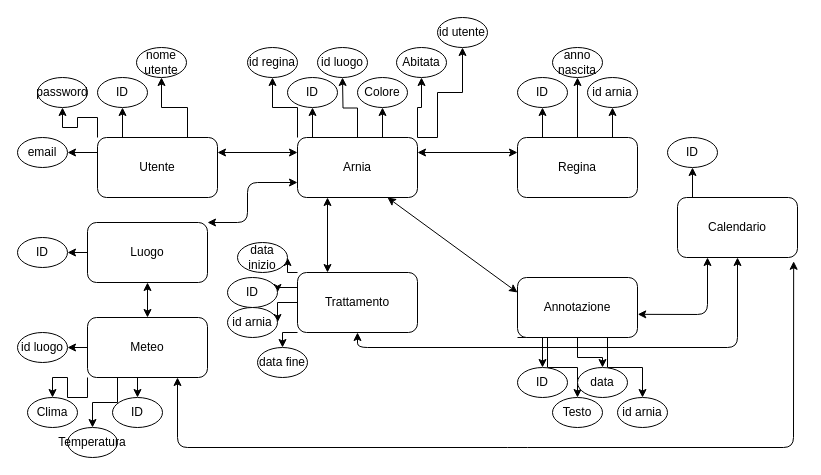
This is Documenti/ERApiario.drawio from ArisPrevitali/GestioneApiario, a draw.io file, before an edit. Source tidied: cells renumbered, new cells numbered last; positions are measured from the earlier drawing's top-left corner, leaving out a move shared by most shapes. Both pictures are drawn from the tidied source at 100%, with x=0, y=0 at pixel (17, 17).
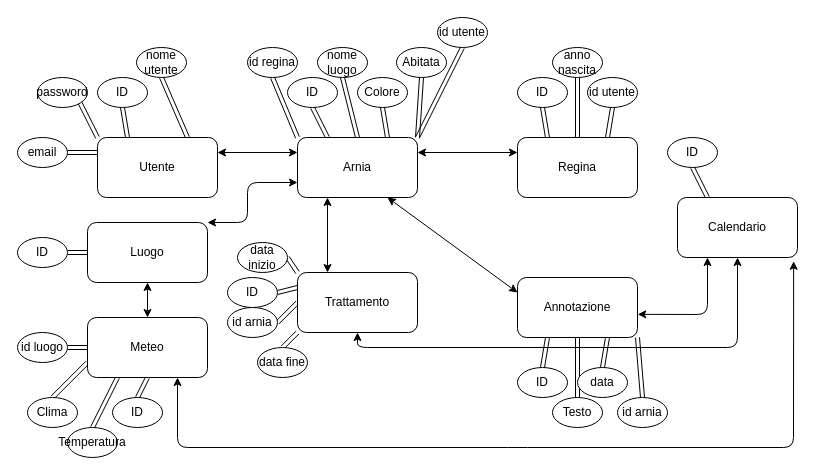
After the change.

The change refers to these unchanged cells:
```xml
<mxCell id="6" value="Utente" style="rounded=1;whiteSpace=wrap;html=1;direction=west;" parent="1" vertex="1">
  <mxGeometry x="80" y="120" width="120" height="60" as="geometry" />
</mxCell>
<mxCell id="13" value="Arnia" style="rounded=1;whiteSpace=wrap;html=1;direction=east;" parent="1" vertex="1">
  <mxGeometry x="280" y="120" width="120" height="60" as="geometry" />
</mxCell>
<mxCell id="17" value="Regina" style="rounded=1;whiteSpace=wrap;html=1;" parent="1" vertex="1">
  <mxGeometry x="500" y="120" width="120" height="60" as="geometry" />
</mxCell>
<mxCell id="22" value="Annotazione" style="rounded=1;whiteSpace=wrap;html=1;" parent="1" vertex="1">
  <mxGeometry x="500" y="260" width="120" height="60" as="geometry" />
</mxCell>
<mxCell id="27" value="Meteo" style="rounded=1;whiteSpace=wrap;html=1;" parent="1" vertex="1">
  <mxGeometry x="70" y="300" width="120" height="60" as="geometry" />
</mxCell>
<mxCell id="32" value="Trattamento" style="rounded=1;whiteSpace=wrap;html=1;" parent="1" vertex="1">
  <mxGeometry x="280" y="255" width="120" height="60" as="geometry" />
</mxCell>
<mxCell id="34" value="Calendario" style="rounded=1;whiteSpace=wrap;html=1;" parent="1" vertex="1">
  <mxGeometry x="660" y="180" width="120" height="60" as="geometry" />
</mxCell>
<mxCell id="36" value="nome utente" style="ellipse;whiteSpace=wrap;html=1;" parent="1" vertex="1">
  <mxGeometry x="119" y="30" width="50" height="30" as="geometry" />
</mxCell>
<mxCell id="37" value="password" style="ellipse;whiteSpace=wrap;html=1;" parent="1" vertex="1">
  <mxGeometry x="20" y="60" width="50" height="30" as="geometry" />
</mxCell>
<mxCell id="39" value="Colore" style="ellipse;whiteSpace=wrap;html=1;" parent="1" vertex="1">
  <mxGeometry x="340" y="60" width="50" height="30" as="geometry" />
</mxCell>
<mxCell id="40" value="Abitata" style="ellipse;whiteSpace=wrap;html=1;" parent="1" vertex="1">
  <mxGeometry x="379" y="30" width="50" height="30" as="geometry" />
</mxCell>
<mxCell id="42" value="anno&lt;br&gt;nascita" style="ellipse;whiteSpace=wrap;html=1;" parent="1" vertex="1">
  <mxGeometry x="535" y="30" width="50" height="30" as="geometry" />
</mxCell>
<mxCell id="44" value="id regina" style="ellipse;whiteSpace=wrap;html=1;" parent="1" vertex="1">
  <mxGeometry x="230" y="30" width="50" height="30" as="geometry" />
</mxCell>
<mxCell id="47" value="Testo" style="ellipse;whiteSpace=wrap;html=1;" parent="1" vertex="1">
  <mxGeometry x="535" y="380" width="50" height="30" as="geometry" />
</mxCell>
<mxCell id="48" value="data" style="ellipse;whiteSpace=wrap;html=1;" parent="1" vertex="1">
  <mxGeometry x="560" y="350" width="50" height="30" as="geometry" />
</mxCell>
<mxCell id="50" value="email" style="ellipse;whiteSpace=wrap;html=1;" parent="1" vertex="1">
  <mxGeometry y="120" width="50" height="30" as="geometry" />
</mxCell>
<mxCell id="53" value="Temperatura" style="ellipse;whiteSpace=wrap;html=1;" parent="1" vertex="1">
  <mxGeometry x="50" y="410" width="50" height="30" as="geometry" />
</mxCell>
<mxCell id="54" value="Clima" style="ellipse;whiteSpace=wrap;html=1;" parent="1" vertex="1">
  <mxGeometry x="10" y="380" width="50" height="30" as="geometry" />
</mxCell>
<mxCell id="57" value="data inizio" style="ellipse;whiteSpace=wrap;html=1;" parent="1" vertex="1">
  <mxGeometry x="220" y="225" width="50" height="30" as="geometry" />
</mxCell>
<mxCell id="58" value="data fine" style="ellipse;whiteSpace=wrap;html=1;" parent="1" vertex="1">
  <mxGeometry x="240" y="330" width="50" height="30" as="geometry" />
</mxCell>
<mxCell id="60" value="Luogo" style="rounded=1;whiteSpace=wrap;html=1;" parent="1" vertex="1">
  <mxGeometry x="70" y="205" width="120" height="60" as="geometry" />
</mxCell>
```

Change to the diagram source:
```diff
@@
-    <mxCell id="2" style="edgeStyle=orthogonalEdgeStyle;rounded=0;jettySize=auto;html=1;exitX=0.75;exitY=1;exitDx=0;exitDy=0;entryX=0.5;entryY=1;entryDx=0;entryDy=0;" parent="1" edge="1" source="6" target="35">
-      <mxGeometry relative="1" as="geometry" />
-    </mxCell>
+    <mxCell id="73" style="edgeStyle=none;shape=link;rounded=0;jettySize=auto;html=1;exitX=0.75;exitY=1;exitDx=0;exitDy=0;entryX=0.5;entryY=1;entryDx=0;entryDy=0;" parent="1" edge="1" source="6" target="86">
+      <mxGeometry relative="1" as="geometry" />
+    </mxCell>
+    <mxCell id="4" style="edgeStyle=none;shape=link;rounded=0;jettySize=auto;html=1;exitX=1;exitY=1;exitDx=0;exitDy=0;entryX=1;entryY=1;entryDx=0;entryDy=0;" parent="1" edge="1" source="6" target="37">
+      <mxGeometry relative="1" as="geometry" />
+    </mxCell>
-    <mxCell id="3" style="edgeStyle=orthogonalEdgeStyle;rounded=0;jettySize=auto;html=1;exitX=0.25;exitY=1;exitDx=0;exitDy=0;entryX=0.5;entryY=1;entryDx=0;entryDy=0;" parent="1" edge="1" source="6" target="36">
+    <mxCell id="3" style="edgeStyle=none;shape=link;rounded=0;jettySize=auto;html=1;exitX=0.25;exitY=1;exitDx=0;exitDy=0;entryX=0.5;entryY=1;entryDx=0;entryDy=0;" parent="1" edge="1" source="6" target="36">
       <mxGeometry relative="1" as="geometry" />
     </mxCell>
-    <mxCell id="4" style="edgeStyle=orthogonalEdgeStyle;rounded=0;jettySize=auto;html=1;exitX=1;exitY=1;exitDx=0;exitDy=0;entryX=0.5;entryY=1;entryDx=0;entryDy=0;" parent="1" edge="1" source="6" target="37">
-      <mxGeometry relative="1" as="geometry" />
-    </mxCell>
-    <mxCell id="5" style="edgeStyle=orthogonalEdgeStyle;rounded=0;jettySize=auto;html=1;exitX=1;exitY=0.75;exitDx=0;exitDy=0;entryX=1;entryY=0.5;entryDx=0;entryDy=0;" parent="1" edge="1" source="6" target="50">
+    <mxCell id="5" style="edgeStyle=none;shape=link;rounded=0;jettySize=auto;html=1;exitX=1;exitY=0.75;exitDx=0;exitDy=0;entryX=1;entryY=0.5;entryDx=0;entryDy=0;" parent="1" edge="1" source="6" target="50">
       <mxGeometry relative="1" as="geometry" />
     </mxCell>
@@
-    <mxCell id="7" style="edgeStyle=orthogonalEdgeStyle;rounded=0;jettySize=auto;html=1;exitX=0.25;exitY=0;exitDx=0;exitDy=0;entryX=0.5;entryY=1;entryDx=0;entryDy=0;" parent="1" edge="1" source="13" target="38">
-      <mxGeometry relative="1" as="geometry" />
-    </mxCell>
-    <mxCell id="8" style="edgeStyle=orthogonalEdgeStyle;rounded=0;jettySize=auto;html=1;exitX=0.5;exitY=0;exitDx=0;exitDy=0;entryX=0.5;entryY=1;entryDx=0;entryDy=0;" parent="1" edge="1" source="13">
-      <mxGeometry relative="1" as="geometry">
-        <mxPoint x="325" y="60" as="targetPoint" />
-      </mxGeometry>
-    </mxCell>
+    <mxCell id="11" style="edgeStyle=none;shape=link;rounded=0;jettySize=auto;html=1;exitX=0;exitY=0;exitDx=0;exitDy=0;entryX=0.5;entryY=1;entryDx=0;entryDy=0;" parent="1" edge="1" source="13" target="44">
+      <mxGeometry relative="1" as="geometry" />
+    </mxCell>
+    <mxCell id="74" style="edgeStyle=none;shape=link;rounded=0;jettySize=auto;html=1;exitX=0.25;exitY=0;exitDx=0;exitDy=0;entryX=0.5;entryY=1;entryDx=0;entryDy=0;" parent="1" edge="1" source="13" target="87">
+      <mxGeometry relative="1" as="geometry" />
+    </mxCell>
+    <mxCell id="75" style="edgeStyle=none;shape=link;rounded=0;jettySize=auto;html=1;exitX=0.5;exitY=0;exitDx=0;exitDy=0;entryX=0.5;entryY=1;entryDx=0;entryDy=0;" parent="1" edge="1" source="13" target="98">
+      <mxGeometry relative="1" as="geometry" />
+    </mxCell>
-    <mxCell id="9" style="edgeStyle=orthogonalEdgeStyle;rounded=0;jettySize=auto;html=1;exitX=0.75;exitY=0;exitDx=0;exitDy=0;entryX=0.5;entryY=1;entryDx=0;entryDy=0;" parent="1" edge="1" source="13" target="39">
+    <mxCell id="9" style="edgeStyle=none;shape=link;rounded=0;jettySize=auto;html=1;exitX=0.75;exitY=0;exitDx=0;exitDy=0;entryX=0.5;entryY=1;entryDx=0;entryDy=0;" parent="1" edge="1" source="13" target="39">
       <mxGeometry relative="1" as="geometry" />
     </mxCell>
-    <mxCell id="10" style="edgeStyle=orthogonalEdgeStyle;rounded=0;jettySize=auto;html=1;exitX=1;exitY=0;exitDx=0;exitDy=0;entryX=0.5;entryY=1;entryDx=0;entryDy=0;" parent="1" edge="1" source="13" target="40">
+    <mxCell id="10" style="edgeStyle=none;shape=link;rounded=0;jettySize=auto;html=1;exitX=1;exitY=0;exitDx=0;exitDy=0;entryX=0.5;entryY=1;entryDx=0;entryDy=0;" parent="1" edge="1" source="13" target="40">
       <mxGeometry relative="1" as="geometry" />
     </mxCell>
-    <mxCell id="11" style="edgeStyle=orthogonalEdgeStyle;rounded=0;jettySize=auto;html=1;exitX=0;exitY=0;exitDx=0;exitDy=0;entryX=0.5;entryY=1;entryDx=0;entryDy=0;" parent="1" edge="1" source="13" target="44">
-      <mxGeometry relative="1" as="geometry" />
-    </mxCell>
-    <mxCell id="12" style="edgeStyle=orthogonalEdgeStyle;rounded=0;jettySize=auto;html=1;exitX=1;exitY=0;exitDx=0;exitDy=0;" parent="1" edge="1" source="13" target="45">
-      <mxGeometry relative="1" as="geometry">
-        <Array as="points">
-          <mxPoint x="420" y="120" />
-          <mxPoint x="420" y="75" />
-          <mxPoint x="445" y="75" />
-        </Array>
-      </mxGeometry>
-    </mxCell>
+    <mxCell id="76" style="edgeStyle=none;shape=link;rounded=0;jettySize=auto;html=1;exitX=1;exitY=0;exitDx=0;exitDy=0;entryX=0.5;entryY=1;entryDx=0;entryDy=0;" parent="1" edge="1" source="13" target="90">
+      <mxGeometry relative="1" as="geometry" />
+    </mxCell>
@@
-    <mxCell id="14" style="edgeStyle=orthogonalEdgeStyle;rounded=0;jettySize=auto;html=1;exitX=0.25;exitY=0;exitDx=0;exitDy=0;entryX=0.5;entryY=1;entryDx=0;entryDy=0;" parent="1" edge="1" source="17" target="41">
-      <mxGeometry relative="1" as="geometry" />
-    </mxCell>
+    <mxCell id="77" style="edgeStyle=none;shape=link;rounded=0;jettySize=auto;html=1;exitX=0.25;exitY=0;exitDx=0;exitDy=0;entryX=0.5;entryY=1;entryDx=0;entryDy=0;" parent="1" edge="1" source="17" target="88">
+      <mxGeometry relative="1" as="geometry" />
+    </mxCell>
-    <mxCell id="15" style="edgeStyle=orthogonalEdgeStyle;rounded=0;jettySize=auto;html=1;exitX=0.5;exitY=0;exitDx=0;exitDy=0;entryX=0.5;entryY=1;entryDx=0;entryDy=0;" parent="1" edge="1" source="17" target="42">
+    <mxCell id="15" style="edgeStyle=none;shape=link;rounded=0;jettySize=auto;html=1;exitX=0.5;exitY=0;exitDx=0;exitDy=0;entryX=0.5;entryY=1;entryDx=0;entryDy=0;" parent="1" edge="1" source="17" target="42">
       <mxGeometry relative="1" as="geometry" />
     </mxCell>
-    <mxCell id="16" style="edgeStyle=orthogonalEdgeStyle;rounded=0;jettySize=auto;html=1;exitX=0.75;exitY=0;exitDx=0;exitDy=0;entryX=0.5;entryY=1;entryDx=0;entryDy=0;" parent="1" edge="1" source="17" target="43">
-      <mxGeometry relative="1" as="geometry" />
-    </mxCell>
+    <mxCell id="78" style="edgeStyle=none;shape=link;rounded=0;jettySize=auto;html=1;exitX=0.75;exitY=0;exitDx=0;exitDy=0;entryX=0.5;entryY=1;entryDx=0;entryDy=0;" parent="1" edge="1" source="17" target="89">
+      <mxGeometry relative="1" as="geometry" />
+    </mxCell>
@@
-    <mxCell id="18" style="edgeStyle=orthogonalEdgeStyle;rounded=0;jettySize=auto;html=1;exitX=0;exitY=1;exitDx=0;exitDy=0;entryX=0.5;entryY=0;entryDx=0;entryDy=0;" parent="1" edge="1" source="22" target="46">
-      <mxGeometry relative="1" as="geometry" />
-    </mxCell>
+    <mxCell id="79" style="edgeStyle=none;shape=link;rounded=0;jettySize=auto;html=1;exitX=1;exitY=1;exitDx=0;exitDy=0;entryX=0.5;entryY=0;entryDx=0;entryDy=0;" parent="1" edge="1" source="22" target="92">
+      <mxGeometry relative="1" as="geometry" />
+    </mxCell>
+    <mxCell id="20" style="edgeStyle=none;shape=link;rounded=0;jettySize=auto;html=1;exitX=0.75;exitY=1;exitDx=0;exitDy=0;entryX=0.5;entryY=0;entryDx=0;entryDy=0;" parent="1" edge="1" source="22" target="48">
+      <mxGeometry relative="1" as="geometry" />
+    </mxCell>
-    <mxCell id="19" style="edgeStyle=orthogonalEdgeStyle;rounded=0;jettySize=auto;html=1;exitX=0.25;exitY=1;exitDx=0;exitDy=0;entryX=0.5;entryY=0;entryDx=0;entryDy=0;" parent="1" edge="1" source="22" target="47">
+    <mxCell id="19" style="edgeStyle=none;shape=link;rounded=0;jettySize=auto;html=1;exitX=0.5;exitY=1;exitDx=0;exitDy=0;entryX=0.5;entryY=0;entryDx=0;entryDy=0;" parent="1" edge="1" source="22" target="47">
       <mxGeometry relative="1" as="geometry" />
     </mxCell>
-    <mxCell id="20" style="edgeStyle=orthogonalEdgeStyle;rounded=0;jettySize=auto;html=1;exitX=0.5;exitY=1;exitDx=0;exitDy=0;" parent="1" edge="1" source="22" target="48">
-      <mxGeometry relative="1" as="geometry" />
-    </mxCell>
-    <mxCell id="21" style="edgeStyle=orthogonalEdgeStyle;rounded=0;jettySize=auto;html=1;exitX=0.75;exitY=1;exitDx=0;exitDy=0;entryX=0.5;entryY=0;entryDx=0;entryDy=0;" parent="1" edge="1" source="22" target="49">
-      <mxGeometry relative="1" as="geometry" />
-    </mxCell>
+    <mxCell id="80" style="edgeStyle=none;shape=link;rounded=0;jettySize=auto;html=1;exitX=0.25;exitY=1;exitDx=0;exitDy=0;entryX=0.5;entryY=0;entryDx=0;entryDy=0;" parent="1" edge="1" source="22" target="91">
+      <mxGeometry relative="1" as="geometry" />
+    </mxCell>
@@
-    <mxCell id="23" style="edgeStyle=orthogonalEdgeStyle;rounded=0;jettySize=auto;html=1;exitX=0.5;exitY=1;exitDx=0;exitDy=0;entryX=0.5;entryY=0;entryDx=0;entryDy=0;" parent="1" edge="1" source="27" target="52">
-      <mxGeometry relative="1" as="geometry" />
-    </mxCell>
+    <mxCell id="81" style="edgeStyle=none;shape=link;rounded=0;jettySize=auto;html=1;exitX=0;exitY=0.5;exitDx=0;exitDy=0;entryX=1;entryY=0.5;entryDx=0;entryDy=0;" parent="1" edge="1" source="27" target="100">
+      <mxGeometry relative="1" as="geometry" />
+    </mxCell>
+    <mxCell id="25" style="edgeStyle=none;shape=link;rounded=0;jettySize=auto;html=1;exitX=0;exitY=0.75;exitDx=0;exitDy=0;entryX=0.5;entryY=0;entryDx=0;entryDy=0;" parent="1" edge="1" source="27" target="54">
+      <mxGeometry relative="1" as="geometry" />
+    </mxCell>
-    <mxCell id="24" style="edgeStyle=orthogonalEdgeStyle;rounded=0;jettySize=auto;html=1;exitX=0.25;exitY=1;exitDx=0;exitDy=0;entryX=0.5;entryY=0;entryDx=0;entryDy=0;" parent="1" edge="1" source="27" target="53">
+    <mxCell id="24" style="edgeStyle=none;shape=link;rounded=0;jettySize=auto;html=1;exitX=0.25;exitY=1;exitDx=0;exitDy=0;entryX=0.5;entryY=0;entryDx=0;entryDy=0;" parent="1" edge="1" source="27" target="53">
       <mxGeometry relative="1" as="geometry" />
     </mxCell>
-    <mxCell id="25" style="edgeStyle=orthogonalEdgeStyle;rounded=0;jettySize=auto;html=1;exitX=0;exitY=1;exitDx=0;exitDy=0;entryX=0.5;entryY=0;entryDx=0;entryDy=0;" parent="1" edge="1" source="27" target="54">
-      <mxGeometry relative="1" as="geometry" />
-    </mxCell>
-    <mxCell id="26" style="edgeStyle=orthogonalEdgeStyle;rounded=0;jettySize=auto;html=1;exitX=0;exitY=0.5;exitDx=0;exitDy=0;entryX=1;entryY=0.5;entryDx=0;entryDy=0;" parent="1" edge="1" source="27" target="63">
-      <mxGeometry relative="1" as="geometry" />
-    </mxCell>
+    <mxCell id="82" style="edgeStyle=none;shape=link;rounded=0;jettySize=auto;html=1;exitX=0.5;exitY=1;exitDx=0;exitDy=0;entryX=0.5;entryY=0;entryDx=0;entryDy=0;" parent="1" edge="1" source="27" target="94">
+      <mxGeometry relative="1" as="geometry" />
+    </mxCell>
@@
-    <mxCell id="28" style="edgeStyle=orthogonalEdgeStyle;rounded=0;jettySize=auto;html=1;exitX=0;exitY=0.25;exitDx=0;exitDy=0;entryX=1;entryY=0.5;entryDx=0;entryDy=0;" parent="1" edge="1" source="32" target="55">
-      <mxGeometry relative="1" as="geometry" />
-    </mxCell>
-    <mxCell id="29" style="edgeStyle=orthogonalEdgeStyle;rounded=0;jettySize=auto;html=1;exitX=0;exitY=0.5;exitDx=0;exitDy=0;entryX=1;entryY=0.5;entryDx=0;entryDy=0;" parent="1" edge="1" source="32" target="56">
-      <mxGeometry relative="1" as="geometry" />
-    </mxCell>
+    <mxCell id="31" style="edgeStyle=none;shape=link;rounded=0;jettySize=auto;html=1;exitX=0;exitY=1;exitDx=0;exitDy=0;entryX=0.5;entryY=0;entryDx=0;entryDy=0;" parent="1" edge="1" source="32" target="58">
+      <mxGeometry relative="1" as="geometry" />
+    </mxCell>
+    <mxCell id="83" style="edgeStyle=none;shape=link;rounded=0;jettySize=auto;html=1;exitX=0;exitY=0.5;exitDx=0;exitDy=0;entryX=1;entryY=0.5;entryDx=0;entryDy=0;" parent="1" edge="1" source="32" target="96">
+      <mxGeometry relative="1" as="geometry" />
+    </mxCell>
+    <mxCell id="84" style="edgeStyle=none;shape=link;rounded=0;jettySize=auto;html=1;exitX=0;exitY=0.25;exitDx=0;exitDy=0;entryX=1;entryY=0.5;entryDx=0;entryDy=0;" parent="1" edge="1" source="32" target="95">
+      <mxGeometry relative="1" as="geometry" />
+    </mxCell>
-    <mxCell id="30" style="edgeStyle=orthogonalEdgeStyle;rounded=0;jettySize=auto;html=1;exitX=0;exitY=0;exitDx=0;exitDy=0;entryX=1;entryY=0.5;entryDx=0;entryDy=0;" parent="1" edge="1" source="32" target="57">
+    <mxCell id="30" style="edgeStyle=none;shape=link;rounded=0;jettySize=auto;html=1;exitX=0;exitY=0;exitDx=0;exitDy=0;entryX=1;entryY=0.5;entryDx=0;entryDy=0;" parent="1" edge="1" source="32" target="57">
       <mxGeometry relative="1" as="geometry" />
     </mxCell>
-    <mxCell id="31" style="edgeStyle=orthogonalEdgeStyle;rounded=0;jettySize=auto;html=1;exitX=0;exitY=1;exitDx=0;exitDy=0;entryX=0.5;entryY=0;entryDx=0;entryDy=0;" parent="1" edge="1" source="32" target="58">
-      <mxGeometry relative="1" as="geometry" />
-    </mxCell>
@@
-    <mxCell id="33" style="edgeStyle=orthogonalEdgeStyle;rounded=0;jettySize=auto;html=1;exitX=0.25;exitY=0;exitDx=0;exitDy=0;entryX=0.5;entryY=1;entryDx=0;entryDy=0;" parent="1" edge="1" source="34" target="51">
-      <mxGeometry relative="1" as="geometry" />
-    </mxCell>
+    <mxCell id="85" style="edgeStyle=none;shape=link;rounded=0;jettySize=auto;html=1;exitX=0.25;exitY=0;exitDx=0;exitDy=0;entryX=0.5;entryY=1;entryDx=0;entryDy=0;" parent="1" edge="1" source="34" target="93">
+      <mxGeometry relative="1" as="geometry" />
+    </mxCell>
@@
-    <mxCell id="35" value="ID" style="ellipse;whiteSpace=wrap;html=1;" parent="1" vertex="1">
-      <mxGeometry x="80" y="60" width="50" height="30" as="geometry" />
-    </mxCell>
+    <mxCell id="86" value="ID" style="ellipse;whiteSpace=wrap;html=1;" parent="1" vertex="1">
+      <mxGeometry x="80" y="60" width="50" height="30" as="geometry" />
+    </mxCell>
@@
-    <mxCell id="38" value="ID" style="ellipse;whiteSpace=wrap;html=1;" parent="1" vertex="1">
-      <mxGeometry x="270" y="60" width="50" height="30" as="geometry" />
-    </mxCell>
+    <mxCell id="87" value="ID" style="ellipse;whiteSpace=wrap;html=1;" parent="1" vertex="1">
+      <mxGeometry x="270" y="60" width="50" height="30" as="geometry" />
+    </mxCell>
@@
-    <mxCell id="41" value="ID" style="ellipse;whiteSpace=wrap;html=1;" parent="1" vertex="1">
-      <mxGeometry x="500" y="60" width="50" height="30" as="geometry" />
-    </mxCell>
+    <mxCell id="88" value="ID" style="ellipse;whiteSpace=wrap;html=1;" parent="1" vertex="1">
+      <mxGeometry x="500" y="60" width="50" height="30" as="geometry" />
+    </mxCell>
@@
-    <mxCell id="43" value="id arnia" style="ellipse;whiteSpace=wrap;html=1;" parent="1" vertex="1">
-      <mxGeometry x="570" y="60" width="50" height="30" as="geometry" />
-    </mxCell>
+    <mxCell id="89" value="id utente" style="ellipse;whiteSpace=wrap;html=1;" parent="1" vertex="1">
+      <mxGeometry x="570" y="60" width="50" height="30" as="geometry" />
+    </mxCell>
@@
-    <mxCell id="45" value="id utente" style="ellipse;whiteSpace=wrap;html=1;" parent="1" vertex="1">
-      <mxGeometry x="420" width="50" height="30" as="geometry" />
-    </mxCell>
-    <mxCell id="46" value="ID" style="ellipse;whiteSpace=wrap;html=1;" parent="1" vertex="1">
-      <mxGeometry x="500" y="350" width="50" height="30" as="geometry" />
-    </mxCell>
+    <mxCell id="90" value="id utente" style="ellipse;whiteSpace=wrap;html=1;" parent="1" vertex="1">
+      <mxGeometry x="420" width="50" height="30" as="geometry" />
+    </mxCell>
+    <mxCell id="91" value="ID" style="ellipse;whiteSpace=wrap;html=1;" parent="1" vertex="1">
+      <mxGeometry x="500" y="350" width="50" height="30" as="geometry" />
+    </mxCell>
@@
-    <mxCell id="49" value="id arnia" style="ellipse;whiteSpace=wrap;html=1;" parent="1" vertex="1">
-      <mxGeometry x="600" y="380" width="50" height="30" as="geometry" />
-    </mxCell>
+    <mxCell id="92" value="id arnia" style="ellipse;whiteSpace=wrap;html=1;" parent="1" vertex="1">
+      <mxGeometry x="600" y="380" width="50" height="30" as="geometry" />
+    </mxCell>
@@
-    <mxCell id="51" value="ID" style="ellipse;whiteSpace=wrap;html=1;" parent="1" vertex="1">
-      <mxGeometry x="650" y="120" width="50" height="30" as="geometry" />
-    </mxCell>
-    <mxCell id="52" value="ID" style="ellipse;whiteSpace=wrap;html=1;" parent="1" vertex="1">
-      <mxGeometry x="95" y="380" width="50" height="30" as="geometry" />
-    </mxCell>
+    <mxCell id="93" value="ID" style="ellipse;whiteSpace=wrap;html=1;" parent="1" vertex="1">
+      <mxGeometry x="650" y="120" width="50" height="30" as="geometry" />
+    </mxCell>
+    <mxCell id="94" value="ID" style="ellipse;whiteSpace=wrap;html=1;" parent="1" vertex="1">
+      <mxGeometry x="95" y="380" width="50" height="30" as="geometry" />
+    </mxCell>
@@
-    <mxCell id="55" value="ID" style="ellipse;whiteSpace=wrap;html=1;" parent="1" vertex="1">
-      <mxGeometry x="210" y="260" width="50" height="30" as="geometry" />
-    </mxCell>
-    <mxCell id="56" value="id arnia" style="ellipse;whiteSpace=wrap;html=1;" parent="1" vertex="1">
-      <mxGeometry x="210" y="290" width="50" height="30" as="geometry" />
-    </mxCell>
+    <mxCell id="95" value="ID" style="ellipse;whiteSpace=wrap;html=1;" parent="1" vertex="1">
+      <mxGeometry x="210" y="260" width="50" height="30" as="geometry" />
+    </mxCell>
+    <mxCell id="96" value="id arnia" style="ellipse;whiteSpace=wrap;html=1;" parent="1" vertex="1">
+      <mxGeometry x="210" y="290" width="50" height="30" as="geometry" />
+    </mxCell>
@@
-    <mxCell id="59" style="edgeStyle=orthogonalEdgeStyle;rounded=0;jettySize=auto;html=1;exitX=0;exitY=0.5;exitDx=0;exitDy=0;entryX=1;entryY=0.5;entryDx=0;entryDy=0;" parent="1" edge="1" source="60" target="62">
-      <mxGeometry relative="1" as="geometry" />
-    </mxCell>
+    <mxCell id="97" style="edgeStyle=none;shape=link;rounded=0;jettySize=auto;html=1;exitX=0;exitY=0.5;exitDx=0;exitDy=0;entryX=1;entryY=0.5;entryDx=0;entryDy=0;" parent="1" edge="1" source="60" target="99">
+      <mxGeometry relative="1" as="geometry" />
+    </mxCell>
@@
-    <mxCell id="61" value="id luogo" style="ellipse;whiteSpace=wrap;html=1;" parent="1" vertex="1">
-      <mxGeometry x="300" y="30" width="50" height="30" as="geometry" />
-    </mxCell>
-    <mxCell id="62" value="ID" style="ellipse;whiteSpace=wrap;html=1;" parent="1" vertex="1">
-      <mxGeometry y="220" width="50" height="30" as="geometry" />
-    </mxCell>
-    <mxCell id="63" value="id luogo" style="ellipse;whiteSpace=wrap;html=1;" parent="1" vertex="1">
-      <mxGeometry y="315" width="50" height="30" as="geometry" />
-    </mxCell>
+    <mxCell id="98" value="nome luogo" style="ellipse;whiteSpace=wrap;html=1;" parent="1" vertex="1">
+      <mxGeometry x="300" y="30" width="50" height="30" as="geometry" />
+    </mxCell>
+    <mxCell id="99" value="ID" style="ellipse;whiteSpace=wrap;html=1;" parent="1" vertex="1">
+      <mxGeometry y="220" width="50" height="30" as="geometry" />
+    </mxCell>
+    <mxCell id="100" value="id luogo" style="ellipse;whiteSpace=wrap;html=1;" parent="1" vertex="1">
+      <mxGeometry y="315" width="50" height="30" as="geometry" />
+    </mxCell>
```
